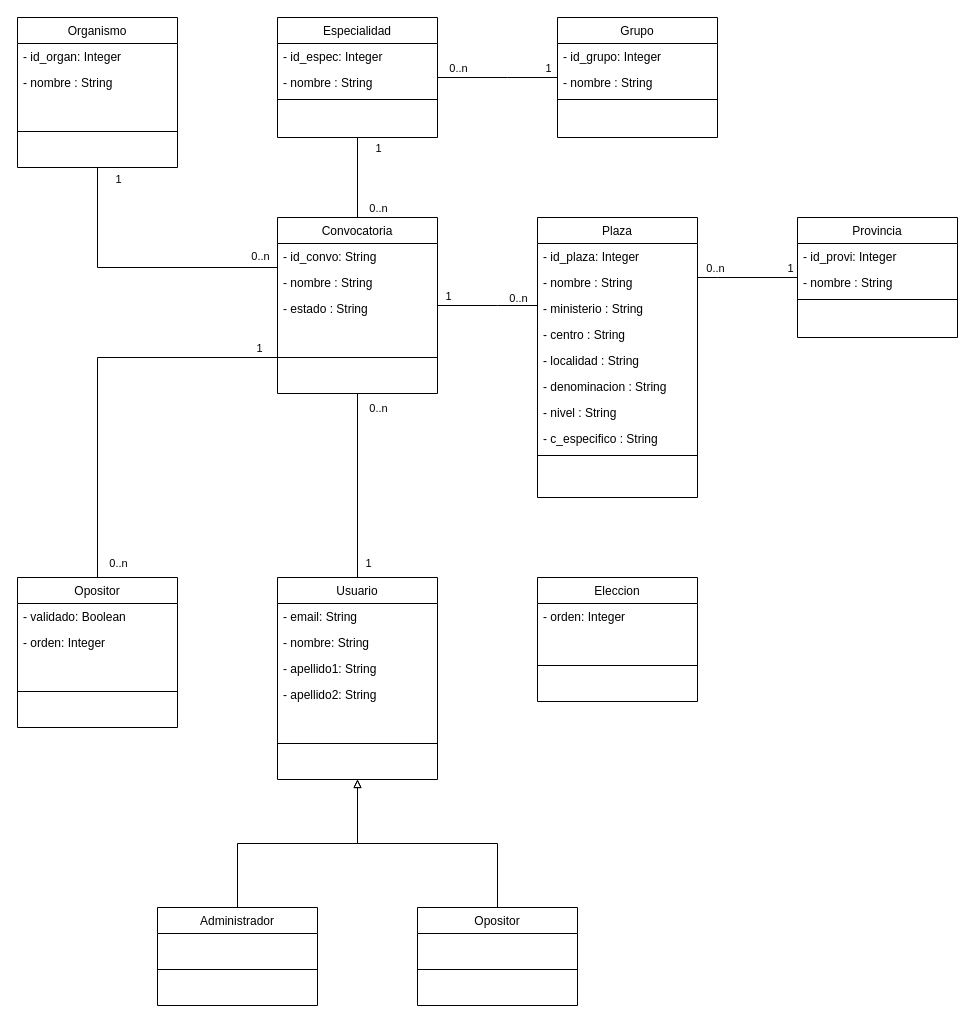
Castillo82/simuladordestinos keeps this draw.io diagram as diagramas/ClassDiagram.drawio. Above is the earlier version. Source tidied: cells renumbered, new cells numbered last; positions are measured from the earlier drawing's top-left corner, leaving out a move shared by most shapes. Both pictures are drawn from the tidied source at 100%, with x=0, y=0 at pixel (17, 17).
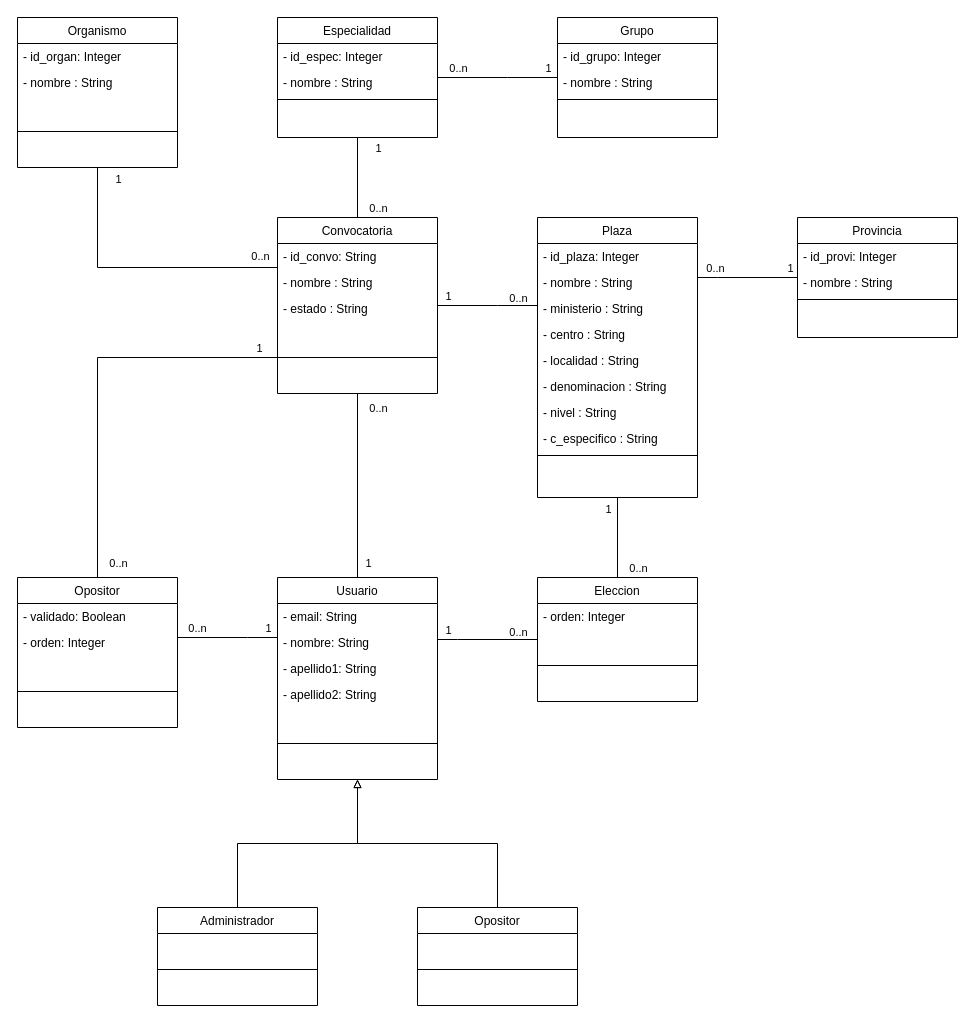
The same diagram, later.

Unchanged cells that the change refers to:
```xml
<mxCell id="29" value="Plaza" style="swimlane;fontStyle=0;align=center;verticalAlign=top;horizontal=1;startSize=26;rounded=0;shadow=0;strokeWidth=1;" parent="1" vertex="1">
  <mxGeometry x="520" y="200" width="160" height="280" as="geometry" />
</mxCell>
<mxCell id="39" value="Eleccion" style="swimlane;fontStyle=0;align=center;verticalAlign=top;horizontal=1;startSize=26;rounded=0;shadow=0;strokeWidth=1;" parent="1" vertex="1">
  <mxGeometry x="520" y="560" width="160" height="124" as="geometry" />
</mxCell>
<mxCell id="42" value="Opositor" style="swimlane;fontStyle=0;align=center;verticalAlign=top;horizontal=1;startSize=26;rounded=0;shadow=0;strokeWidth=1;" parent="1" vertex="1">
  <mxGeometry y="560" width="160" height="150" as="geometry" />
</mxCell>
<mxCell id="46" value="Usuario" style="swimlane;fontStyle=0;align=center;verticalAlign=top;horizontal=1;startSize=26;rounded=0;shadow=0;strokeWidth=1;" parent="1" vertex="1">
  <mxGeometry x="260" y="560" width="160" height="202" as="geometry" />
</mxCell>
```

The edit, as a diff of the source:
```diff
@@
+    <mxCell id="73" style="edgeStyle=orthogonalEdgeStyle;rounded=0;jettySize=auto;html=1;endArrow=none;endFill=0;" parent="1" edge="1" source="39" target="46">
+      <mxGeometry relative="1" as="geometry">
+        <Array as="points">
+          <mxPoint x="440" y="622" />
+          <mxPoint x="440" y="622" />
+        </Array>
+      </mxGeometry>
+    </mxCell>
+    <mxCell id="74" value="1" style="edgeLabel;html=1;align=center;verticalAlign=middle;" parent="73" vertex="1">
+      <mxGeometry x="-0.82" y="1" relative="1" as="geometry">
+        <mxPoint x="-81" y="-11" as="offset" />
+      </mxGeometry>
+    </mxCell>
+    <mxCell id="75" value="0..n" style="edgeLabel;html=1;align=center;verticalAlign=middle;" parent="73" vertex="1">
+      <mxGeometry x="0.77" y="-2" relative="1" as="geometry">
+        <mxPoint x="69" y="-6" as="offset" />
+      </mxGeometry>
+    </mxCell>
+    <mxCell id="76" style="edgeStyle=orthogonalEdgeStyle;rounded=0;jettySize=auto;html=1;endArrow=none;endFill=0;" parent="1" edge="1" source="39" target="29">
+      <mxGeometry relative="1" as="geometry" />
+    </mxCell>
+    <mxCell id="77" value="1" style="edgeLabel;html=1;align=center;verticalAlign=middle;" parent="76" vertex="1">
+      <mxGeometry x="-0.82" y="1" relative="1" as="geometry">
+        <mxPoint x="-9" y="-62" as="offset" />
+      </mxGeometry>
+    </mxCell>
+    <mxCell id="78" value="0..n" style="edgeLabel;html=1;align=center;verticalAlign=middle;" parent="76" vertex="1">
+      <mxGeometry x="0.77" y="-2" relative="1" as="geometry">
+        <mxPoint x="18" y="61" as="offset" />
+      </mxGeometry>
+    </mxCell>
+    <mxCell id="79" style="edgeStyle=orthogonalEdgeStyle;rounded=0;jettySize=auto;html=1;endArrow=none;endFill=0;" parent="1" edge="1" source="46" target="42">
+      <mxGeometry relative="1" as="geometry">
+        <Array as="points">
+          <mxPoint x="230" y="620" />
+          <mxPoint x="230" y="620" />
+        </Array>
+      </mxGeometry>
+    </mxCell>
+    <mxCell id="80" value="1" style="edgeLabel;html=1;align=center;verticalAlign=middle;" parent="79" vertex="1">
+      <mxGeometry x="-0.82" y="1" relative="1" as="geometry">
+        <mxPoint x="-1" y="-11" as="offset" />
+      </mxGeometry>
+    </mxCell>
+    <mxCell id="81" value="0..n" style="edgeLabel;html=1;align=center;verticalAlign=middle;" parent="79" vertex="1">
+      <mxGeometry x="0.77" y="-2" relative="1" as="geometry">
+        <mxPoint x="8" y="-8" as="offset" />
+      </mxGeometry>
+    </mxCell>
```
